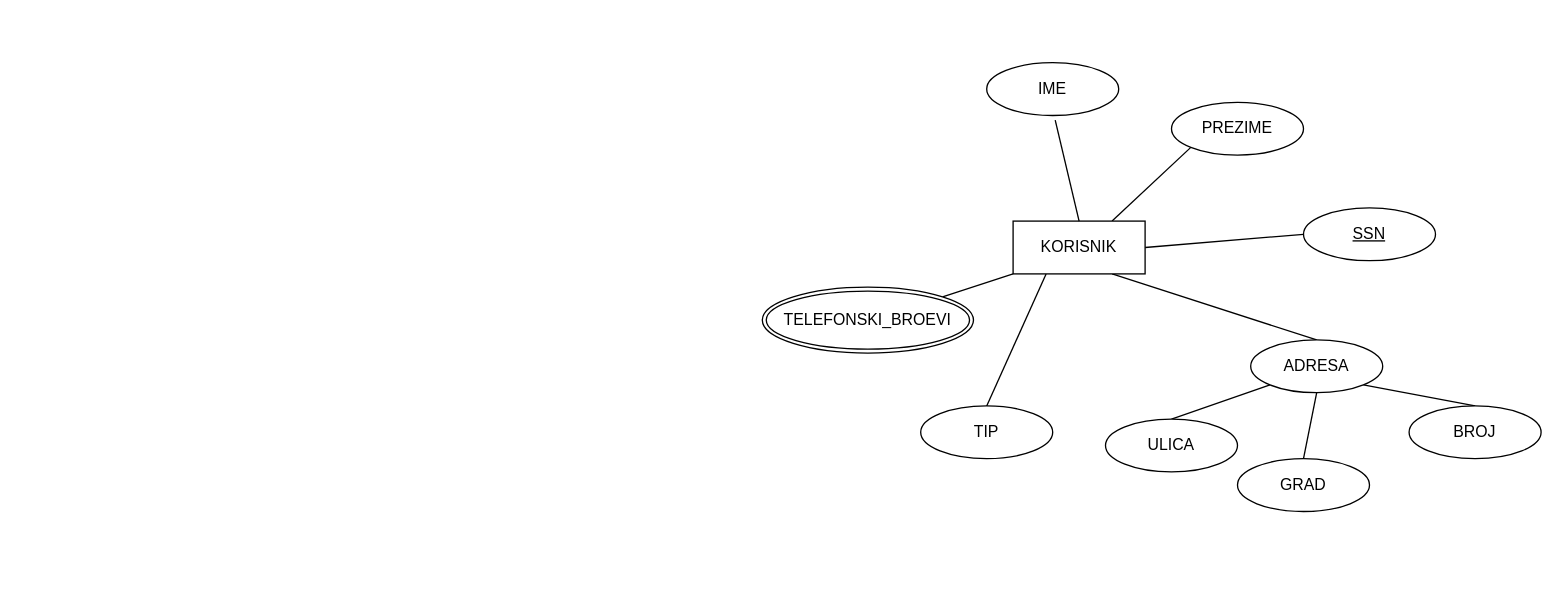
loramarku9/BAZInaPODATOCI keeps this draw.io diagram as Untitled Diagram.drawio. Above is the earlier version. Source tidied: cells renumbered, new cells numbered last; positions are measured from the earlier drawing's top-left corner, leaving out a move shared by most shapes. Both pictures are drawn from the tidied source at 132%, with x=0, y=0 at pixel (762, 62).
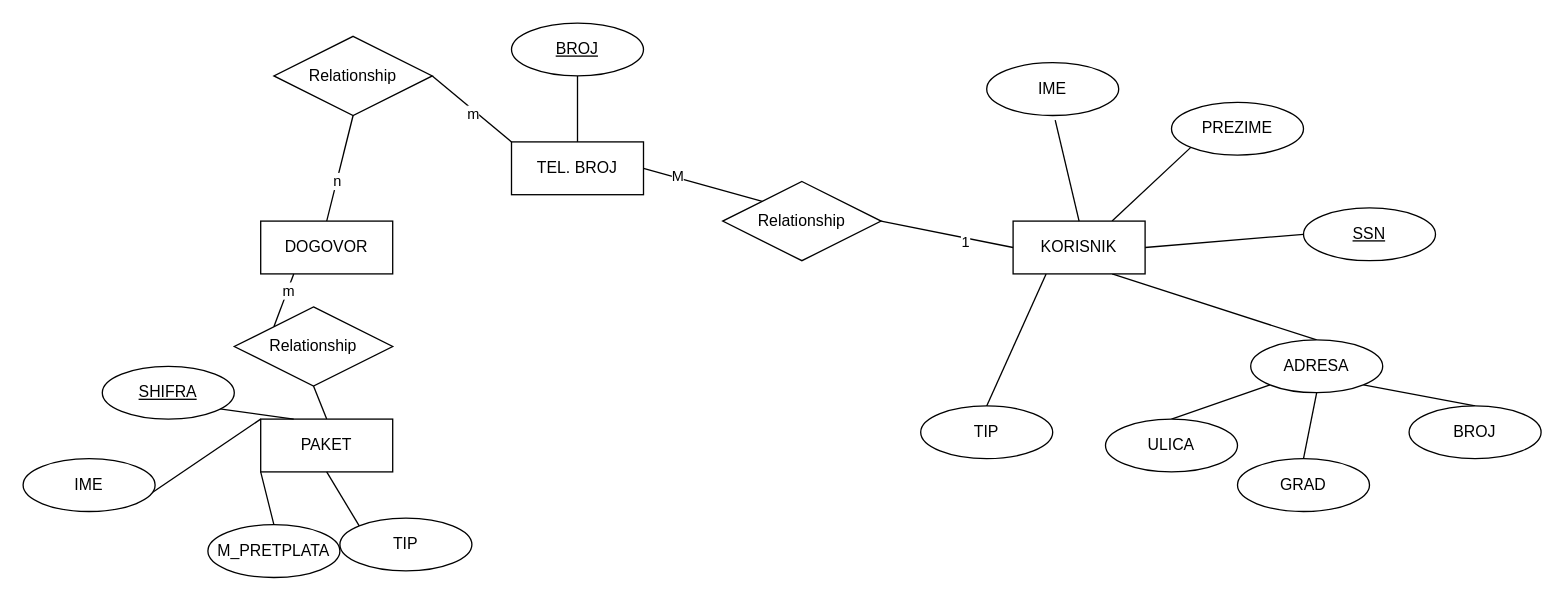
After the change.

Unchanged cells that the change refers to:
```xml
<mxCell id="7" value="KORISNIK" style="whiteSpace=wrap;html=1;align=center;" parent="1" vertex="1">
  <mxGeometry x="190" y="120" width="100" height="40" as="geometry" />
</mxCell>
```

What changed in the source:
```diff
@@
-    <mxCell id="2" style="rounded=0;jettySize=auto;html=1;exitX=0;exitY=1;exitDx=0;exitDy=0;entryX=1;entryY=0;entryDx=0;entryDy=0;defaultLabelBackgroundColor=page;endArrow=none;endFill=0;" parent="1" edge="1" source="7" target="19">
-      <mxGeometry relative="1" as="geometry" />
-    </mxCell>
@@
-    <mxCell id="19" value="TELEFONSKI_BROEVI" style="ellipse;shape=doubleEllipse;margin=3;whiteSpace=wrap;html=1;align=center;" parent="1" vertex="1">
-      <mxGeometry y="170" width="160" height="50" as="geometry" />
-    </mxCell>
@@
+    <mxCell id="21" style="edgeStyle=none;shape=connector;rounded=0;jettySize=auto;html=1;exitX=0.5;exitY=0;exitDx=0;exitDy=0;entryX=0.5;entryY=1;entryDx=0;entryDy=0;strokeColor=default;align=center;verticalAlign=middle;fontFamily=Helvetica;fontSize=11;fontColor=default;labelBackgroundColor=default;defaultLabelBackgroundColor=page;endArrow=none;endFill=0;" parent="1" edge="1" source="22" target="47">
+      <mxGeometry relative="1" as="geometry" />
+    </mxCell>
+    <mxCell id="22" value="PAKET" style="whiteSpace=wrap;html=1;align=center;" parent="1" vertex="1">
+      <mxGeometry x="-380" y="270" width="100" height="40" as="geometry" />
+    </mxCell>
+    <mxCell id="23" style="edgeStyle=none;shape=connector;rounded=0;jettySize=auto;html=1;exitX=0;exitY=0.5;exitDx=0;exitDy=0;entryX=0.25;entryY=0;entryDx=0;entryDy=0;strokeColor=default;align=center;verticalAlign=middle;fontFamily=Helvetica;fontSize=11;fontColor=default;labelBackgroundColor=default;defaultLabelBackgroundColor=page;endArrow=none;endFill=0;" parent="1" edge="1" source="24" target="22">
+      <mxGeometry relative="1" as="geometry" />
+    </mxCell>
+    <mxCell id="24" value="&lt;u&gt;SHIFRA&lt;/u&gt;" style="ellipse;whiteSpace=wrap;html=1;align=center;" parent="1" vertex="1">
+      <mxGeometry x="-500" y="230" width="100" height="40" as="geometry" />
+    </mxCell>
+    <mxCell id="25" style="edgeStyle=none;shape=connector;rounded=0;jettySize=auto;html=1;exitX=1;exitY=1;exitDx=0;exitDy=0;entryX=0;entryY=0;entryDx=0;entryDy=0;strokeColor=default;align=center;verticalAlign=middle;fontFamily=Helvetica;fontSize=11;fontColor=default;labelBackgroundColor=default;defaultLabelBackgroundColor=page;endArrow=none;endFill=0;" parent="1" edge="1" source="26" target="22">
+      <mxGeometry relative="1" as="geometry" />
+    </mxCell>
+    <mxCell id="26" value="IME" style="ellipse;whiteSpace=wrap;html=1;align=center;" parent="1" vertex="1">
+      <mxGeometry x="-560" y="300" width="100" height="40" as="geometry" />
+    </mxCell>
+    <mxCell id="27" style="edgeStyle=none;shape=connector;rounded=0;jettySize=auto;html=1;exitX=0.5;exitY=0;exitDx=0;exitDy=0;entryX=0;entryY=1;entryDx=0;entryDy=0;strokeColor=default;align=center;verticalAlign=middle;fontFamily=Helvetica;fontSize=11;fontColor=default;labelBackgroundColor=default;defaultLabelBackgroundColor=page;endArrow=none;endFill=0;" parent="1" edge="1" source="28" target="22">
+      <mxGeometry relative="1" as="geometry" />
+    </mxCell>
+    <mxCell id="28" value="M_PRETPLATA" style="ellipse;whiteSpace=wrap;html=1;align=center;" parent="1" vertex="1">
+      <mxGeometry x="-420" y="350" width="100" height="40" as="geometry" />
+    </mxCell>
+    <mxCell id="29" style="edgeStyle=none;shape=connector;rounded=0;jettySize=auto;html=1;exitX=0;exitY=0;exitDx=0;exitDy=0;entryX=0.5;entryY=1;entryDx=0;entryDy=0;strokeColor=default;align=center;verticalAlign=middle;fontFamily=Helvetica;fontSize=11;fontColor=default;labelBackgroundColor=default;defaultLabelBackgroundColor=page;endArrow=none;endFill=0;" parent="1" edge="1" source="30" target="22">
+      <mxGeometry relative="1" as="geometry" />
+    </mxCell>
+    <mxCell id="30" value="TIP" style="ellipse;whiteSpace=wrap;html=1;align=center;" parent="1" vertex="1">
+      <mxGeometry x="-320" y="345" width="100" height="40" as="geometry" />
+    </mxCell>
+    <mxCell id="31" style="edgeStyle=none;shape=connector;rounded=0;jettySize=auto;html=1;exitX=1;exitY=0.5;exitDx=0;exitDy=0;entryX=0;entryY=0;entryDx=0;entryDy=0;strokeColor=default;align=center;verticalAlign=middle;fontFamily=Helvetica;fontSize=11;fontColor=default;labelBackgroundColor=default;defaultLabelBackgroundColor=page;endArrow=none;endFill=0;" parent="1" edge="1" source="33" target="36">
+      <mxGeometry relative="1" as="geometry" />
+    </mxCell>
+    <mxCell id="32" value="M" style="edgeLabel;html=1;align=center;verticalAlign=middle;inheritText=1;defaultLabelBackgroundColor=page;" parent="31" vertex="1">
+      <mxGeometry x="-0.45" relative="1" as="geometry">
+        <mxPoint y="-1" as="offset" />
+      </mxGeometry>
+    </mxCell>
+    <mxCell id="33" value="TEL. BROJ" style="whiteSpace=wrap;html=1;align=center;" parent="1" vertex="1">
+      <mxGeometry x="-190" y="60" width="100" height="40" as="geometry" />
+    </mxCell>
+    <mxCell id="34" style="edgeStyle=none;shape=connector;rounded=0;jettySize=auto;html=1;exitX=1;exitY=0.5;exitDx=0;exitDy=0;entryX=0;entryY=0.5;entryDx=0;entryDy=0;strokeColor=default;align=center;verticalAlign=middle;fontFamily=Helvetica;fontSize=11;fontColor=default;labelBackgroundColor=default;defaultLabelBackgroundColor=page;endArrow=none;endFill=0;" parent="1" edge="1" source="36" target="7">
+      <mxGeometry relative="1" as="geometry" />
+    </mxCell>
+    <mxCell id="35" value="1" style="edgeLabel;html=1;align=center;verticalAlign=middle;inheritText=1;defaultLabelBackgroundColor=page;" parent="34" vertex="1">
+      <mxGeometry x="0.27" y="-3" relative="1" as="geometry" />
+    </mxCell>
+    <mxCell id="36" value="Relationship" style="shape=rhombus;perimeter=rhombusPerimeter;whiteSpace=wrap;html=1;align=center;" parent="1" vertex="1">
+      <mxGeometry x="-30" y="90" width="120" height="60" as="geometry" />
+    </mxCell>
+    <mxCell id="37" style="edgeStyle=none;shape=connector;rounded=0;jettySize=auto;html=1;exitX=0.5;exitY=1;exitDx=0;exitDy=0;entryX=0.5;entryY=0;entryDx=0;entryDy=0;strokeColor=default;align=center;verticalAlign=middle;fontFamily=Helvetica;fontSize=11;fontColor=default;labelBackgroundColor=default;defaultLabelBackgroundColor=page;endArrow=none;endFill=0;" parent="1" edge="1" source="38" target="33">
+      <mxGeometry relative="1" as="geometry" />
+    </mxCell>
+    <mxCell id="38" value="&lt;u&gt;BROJ&lt;/u&gt;" style="ellipse;whiteSpace=wrap;html=1;align=center;" parent="1" vertex="1">
+      <mxGeometry x="-190" y="-30" width="100" height="40" as="geometry" />
+    </mxCell>
+    <mxCell id="39" style="edgeStyle=none;shape=connector;rounded=0;jettySize=auto;html=1;exitX=0.5;exitY=0;exitDx=0;exitDy=0;entryX=0.5;entryY=1;entryDx=0;entryDy=0;strokeColor=default;align=center;verticalAlign=middle;fontFamily=Helvetica;fontSize=11;fontColor=default;labelBackgroundColor=default;defaultLabelBackgroundColor=page;endArrow=none;endFill=0;" parent="1" edge="1" source="41" target="44">
+      <mxGeometry relative="1" as="geometry" />
+    </mxCell>
+    <mxCell id="40" value="n" style="edgeLabel;html=1;align=center;verticalAlign=middle;inheritText=1;defaultLabelBackgroundColor=page;" parent="39" vertex="1">
+      <mxGeometry x="-0.26" relative="1" as="geometry" />
+    </mxCell>
+    <mxCell id="41" value="DOGOVOR" style="whiteSpace=wrap;html=1;align=center;" parent="1" vertex="1">
+      <mxGeometry x="-380" y="120" width="100" height="40" as="geometry" />
+    </mxCell>
+    <mxCell id="42" style="edgeStyle=none;shape=connector;rounded=0;jettySize=auto;html=1;exitX=1;exitY=0.5;exitDx=0;exitDy=0;entryX=0;entryY=0;entryDx=0;entryDy=0;strokeColor=default;align=center;verticalAlign=middle;fontFamily=Helvetica;fontSize=11;fontColor=default;labelBackgroundColor=default;defaultLabelBackgroundColor=page;endArrow=none;endFill=0;" parent="1" edge="1" source="44" target="33">
+      <mxGeometry relative="1" as="geometry" />
+    </mxCell>
+    <mxCell id="43" value="m" style="edgeLabel;html=1;align=center;verticalAlign=middle;inheritText=1;defaultLabelBackgroundColor=page;" parent="42" vertex="1">
+      <mxGeometry x="0.07" y="-2" relative="1" as="geometry" />
+    </mxCell>
+    <mxCell id="44" value="Relationship" style="shape=rhombus;perimeter=rhombusPerimeter;whiteSpace=wrap;html=1;align=center;" parent="1" vertex="1">
+      <mxGeometry x="-370" y="-20" width="120" height="60" as="geometry" />
+    </mxCell>
+    <mxCell id="45" style="edgeStyle=none;shape=connector;rounded=0;jettySize=auto;html=1;exitX=0;exitY=0;exitDx=0;exitDy=0;entryX=0.25;entryY=1;entryDx=0;entryDy=0;strokeColor=default;align=center;verticalAlign=middle;fontFamily=Helvetica;fontSize=11;fontColor=default;labelBackgroundColor=default;defaultLabelBackgroundColor=page;endArrow=none;endFill=0;" parent="1" edge="1" source="47" target="41">
+      <mxGeometry relative="1" as="geometry" />
+    </mxCell>
+    <mxCell id="46" value="m" style="edgeLabel;html=1;align=center;verticalAlign=middle;inheritText=1;defaultLabelBackgroundColor=page;" parent="45" vertex="1">
+      <mxGeometry x="0.37" y="1" relative="1" as="geometry">
+        <mxPoint x="1" as="offset" />
+      </mxGeometry>
+    </mxCell>
+    <mxCell id="47" value="Relationship" style="shape=rhombus;perimeter=rhombusPerimeter;whiteSpace=wrap;html=1;align=center;" parent="1" vertex="1">
+      <mxGeometry x="-400" y="185" width="120" height="60" as="geometry" />
+    </mxCell>
```
